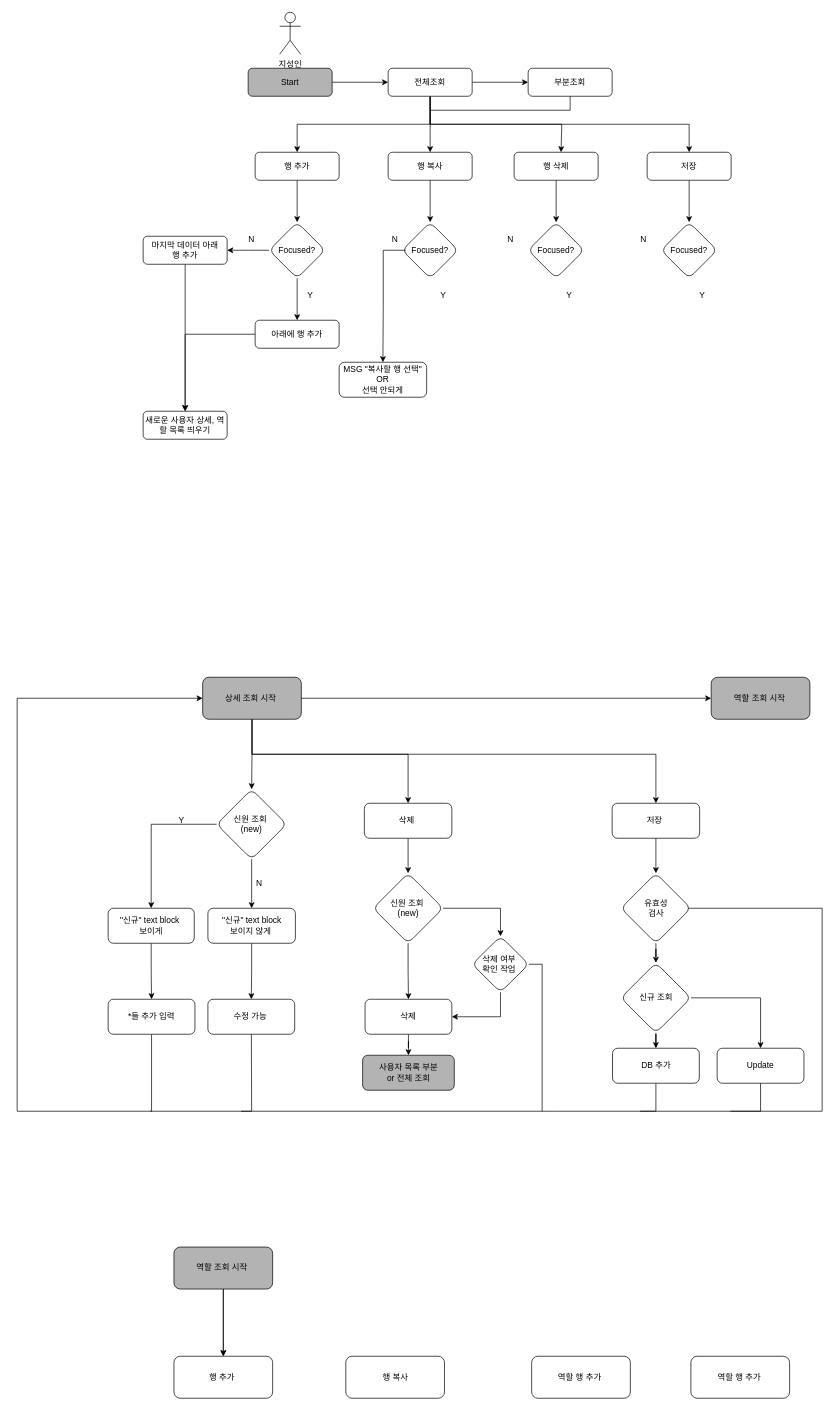
This is page "페이지-2" (2 of 2) of 제목 없는 다이어그램.drawio from Jjjjdh/CCP_mes, a draw.io file, before an edit. Source tidied: cells renumbered, new cells numbered last; positions are measured from the earlier drawing's top-left corner, leaving out a move shared by most shapes. Both pictures are drawn from the tidied source at 70%, with x=0, y=0 at pixel (17, 12).
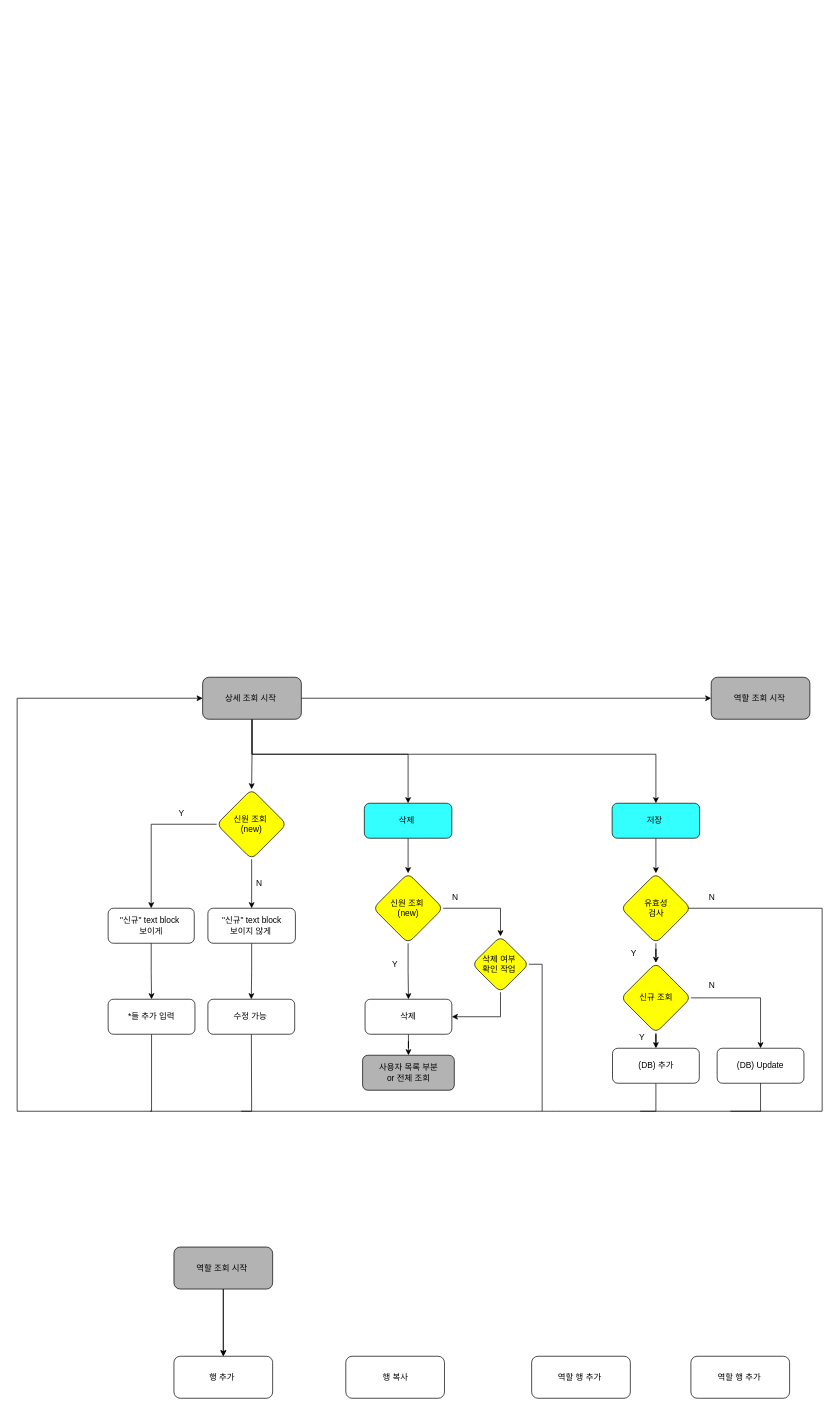
After the change.

What changed in the source:
```diff
@@
-    <mxCell id="2" style="edgeStyle=orthogonalEdgeStyle;rounded=0;jettySize=auto;html=1;" parent="1" edge="1" source="3" target="9">
-      <mxGeometry relative="1" as="geometry" />
-    </mxCell>
-    <mxCell id="3" value="Start" style="rounded=1;whiteSpace=wrap;html=1;fontSize=12;glass=0;strokeWidth=1;shadow=0;fillColor=#B3B3B3;" parent="1" vertex="1">
-      <mxGeometry x="330" y="80" width="120" height="40" as="geometry" />
-    </mxCell>
-    <mxCell id="4" style="edgeStyle=orthogonalEdgeStyle;rounded=0;jettySize=auto;html=1;" parent="1" edge="1" source="9" target="10">
-      <mxGeometry relative="1" as="geometry" />
-    </mxCell>
-    <mxCell id="5" style="edgeStyle=orthogonalEdgeStyle;rounded=0;jettySize=auto;html=1;" parent="1" edge="1" source="9" target="12">
-      <mxGeometry relative="1" as="geometry">
-        <Array as="points">
-          <mxPoint x="590" y="170" />
-          <mxPoint x="590" y="170" />
-        </Array>
-      </mxGeometry>
-    </mxCell>
-    <mxCell id="6" style="edgeStyle=orthogonalEdgeStyle;rounded=0;jettySize=auto;html=1;entryX=0.5;entryY=0;entryDx=0;entryDy=0;" parent="1" edge="1" source="9" target="14">
-      <mxGeometry relative="1" as="geometry">
-        <Array as="points">
-          <mxPoint x="590" y="160" />
-          <mxPoint x="400" y="160" />
-        </Array>
-      </mxGeometry>
-    </mxCell>
-    <mxCell id="7" style="edgeStyle=orthogonalEdgeStyle;rounded=0;jettySize=auto;html=1;exitX=0.5;exitY=1;exitDx=0;exitDy=0;" parent="1" edge="1" source="9">
-      <mxGeometry relative="1" as="geometry">
-        <mxPoint x="777" y="200" as="targetPoint" />
-        <Array as="points">
-          <mxPoint x="590" y="160" />
-          <mxPoint x="778" y="160" />
-        </Array>
-      </mxGeometry>
-    </mxCell>
-    <mxCell id="8" style="edgeStyle=orthogonalEdgeStyle;rounded=0;jettySize=auto;html=1;entryX=0.5;entryY=0;entryDx=0;entryDy=0;" parent="1" edge="1" source="9" target="18">
-      <mxGeometry relative="1" as="geometry">
-        <Array as="points">
-          <mxPoint x="590" y="160" />
-          <mxPoint x="960" y="160" />
-        </Array>
-      </mxGeometry>
-    </mxCell>
-    <mxCell id="9" value="전체조회" style="rounded=1;whiteSpace=wrap;html=1;fontSize=12;glass=0;strokeWidth=1;shadow=0;" parent="1" vertex="1">
-      <mxGeometry x="530" y="80" width="120" height="40" as="geometry" />
-    </mxCell>
-    <mxCell id="10" value="부분조회" style="rounded=1;whiteSpace=wrap;html=1;fontSize=12;glass=0;strokeWidth=1;shadow=0;" parent="1" vertex="1">
-      <mxGeometry x="730" y="80" width="120" height="40" as="geometry" />
-    </mxCell>
-    <mxCell id="11" style="edgeStyle=orthogonalEdgeStyle;rounded=0;jettySize=auto;html=1;" parent="1" edge="1" source="12" target="29">
-      <mxGeometry relative="1" as="geometry" />
-    </mxCell>
-    <mxCell id="12" value="행 복사" style="rounded=1;whiteSpace=wrap;html=1;fontSize=12;glass=0;strokeWidth=1;shadow=0;" parent="1" vertex="1">
-      <mxGeometry x="530" y="200" width="120" height="40" as="geometry" />
-    </mxCell>
-    <mxCell id="13" style="edgeStyle=orthogonalEdgeStyle;rounded=0;jettySize=auto;html=1;" parent="1" edge="1" source="14" target="21">
-      <mxGeometry relative="1" as="geometry" />
-    </mxCell>
-    <mxCell id="14" value="행 추가" style="rounded=1;whiteSpace=wrap;html=1;fontSize=12;glass=0;strokeWidth=1;shadow=0;" parent="1" vertex="1">
-      <mxGeometry x="340" y="200" width="120" height="40" as="geometry" />
-    </mxCell>
-    <mxCell id="15" style="edgeStyle=orthogonalEdgeStyle;rounded=0;jettySize=auto;html=1;entryX=0.5;entryY=0;entryDx=0;entryDy=0;" parent="1" edge="1" source="16" target="33">
-      <mxGeometry relative="1" as="geometry" />
-    </mxCell>
-    <mxCell id="16" value="행 삭제" style="rounded=1;whiteSpace=wrap;html=1;fontSize=12;glass=0;strokeWidth=1;shadow=0;" parent="1" vertex="1">
-      <mxGeometry x="710" y="200" width="120" height="40" as="geometry" />
-    </mxCell>
-    <mxCell id="17" style="edgeStyle=orthogonalEdgeStyle;rounded=0;jettySize=auto;html=1;entryX=0.5;entryY=0;entryDx=0;entryDy=0;" parent="1" edge="1" source="18" target="36">
-      <mxGeometry relative="1" as="geometry" />
-    </mxCell>
-    <mxCell id="18" value="저장" style="rounded=1;whiteSpace=wrap;html=1;fontSize=12;glass=0;strokeWidth=1;shadow=0;" parent="1" vertex="1">
-      <mxGeometry x="900" y="200" width="120" height="40" as="geometry" />
-    </mxCell>
-    <mxCell id="19" style="edgeStyle=orthogonalEdgeStyle;rounded=0;jettySize=auto;html=1;" parent="1" edge="1" source="21">
-      <mxGeometry relative="1" as="geometry">
-        <mxPoint x="300" y="340" as="targetPoint" />
-      </mxGeometry>
-    </mxCell>
-    <mxCell id="20" style="edgeStyle=orthogonalEdgeStyle;rounded=0;jettySize=auto;html=1;" parent="1" edge="1" source="21" target="26">
-      <mxGeometry relative="1" as="geometry" />
-    </mxCell>
-    <mxCell id="21" value="Focused?" style="rhombus;whiteSpace=wrap;html=1;rounded=1;glass=0;strokeWidth=1;shadow=0;" parent="1" vertex="1">
-      <mxGeometry x="360" y="300" width="80" height="80" as="geometry" />
-    </mxCell>
-    <mxCell id="22" style="edgeStyle=orthogonalEdgeStyle;rounded=0;jettySize=auto;html=1;entryX=0.5;entryY=0;entryDx=0;entryDy=0;" parent="1" edge="1" source="23" target="28">
-      <mxGeometry relative="1" as="geometry" />
-    </mxCell>
-    <mxCell id="23" value="마지막 데이터 아래&lt;br&gt;행 추가" style="rounded=1;whiteSpace=wrap;html=1;fontSize=12;glass=0;strokeWidth=1;shadow=0;" parent="1" vertex="1">
-      <mxGeometry x="180" y="320" width="120" height="40" as="geometry" />
-    </mxCell>
-    <mxCell id="24" value="N" style="text;html=1;strokeColor=none;fillColor=none;align=center;verticalAlign=middle;whiteSpace=wrap;rounded=0;" parent="1" vertex="1">
-      <mxGeometry x="305" y="310" width="60" height="30" as="geometry" />
-    </mxCell>
-    <mxCell id="25" style="edgeStyle=orthogonalEdgeStyle;rounded=0;jettySize=auto;html=1;entryX=0.5;entryY=0;entryDx=0;entryDy=0;" parent="1" edge="1" source="26" target="28">
-      <mxGeometry relative="1" as="geometry" />
-    </mxCell>
-    <mxCell id="26" value="아래에 행 추가" style="rounded=1;whiteSpace=wrap;html=1;fontSize=12;glass=0;strokeWidth=1;shadow=0;" parent="1" vertex="1">
-      <mxGeometry x="340" y="440" width="120" height="40" as="geometry" />
-    </mxCell>
-    <mxCell id="27" value="Y" style="text;html=1;strokeColor=none;fillColor=none;align=center;verticalAlign=middle;whiteSpace=wrap;rounded=0;" parent="1" vertex="1">
-      <mxGeometry x="389" y="390" width="60" height="30" as="geometry" />
-    </mxCell>
-    <mxCell id="28" value="새로운 사용자 상세, 역할 목록 띄우기" style="rounded=1;whiteSpace=wrap;html=1;fontSize=12;glass=0;strokeWidth=1;shadow=0;" parent="1" vertex="1">
-      <mxGeometry x="180" y="570" width="120" height="40" as="geometry" />
-    </mxCell>
-    <mxCell id="29" value="Focused?" style="rhombus;whiteSpace=wrap;html=1;rounded=1;glass=0;strokeWidth=1;shadow=0;" parent="1" vertex="1">
-      <mxGeometry x="550" y="300" width="80" height="80" as="geometry" />
-    </mxCell>
-    <mxCell id="30" style="edgeStyle=orthogonalEdgeStyle;rounded=0;jettySize=auto;html=1;exitX=0.75;exitY=1;exitDx=0;exitDy=0;entryX=0.5;entryY=0;entryDx=0;entryDy=0;" parent="1" edge="1" source="31" target="39">
-      <mxGeometry relative="1" as="geometry">
-        <Array as="points">
-          <mxPoint x="523" y="340" />
-          <mxPoint x="523" y="420" />
-        </Array>
-      </mxGeometry>
-    </mxCell>
-    <mxCell id="31" value="N" style="text;html=1;strokeColor=none;fillColor=none;align=center;verticalAlign=middle;whiteSpace=wrap;rounded=0;" parent="1" vertex="1">
-      <mxGeometry x="510" y="310" width="60" height="30" as="geometry" />
-    </mxCell>
-    <mxCell id="32" value="Y" style="text;html=1;strokeColor=none;fillColor=none;align=center;verticalAlign=middle;whiteSpace=wrap;rounded=0;" parent="1" vertex="1">
-      <mxGeometry x="579" y="390" width="60" height="30" as="geometry" />
-    </mxCell>
-    <mxCell id="33" value="Focused?" style="rhombus;whiteSpace=wrap;html=1;rounded=1;glass=0;strokeWidth=1;shadow=0;" parent="1" vertex="1">
-      <mxGeometry x="730" y="300" width="80" height="80" as="geometry" />
-    </mxCell>
-    <mxCell id="34" value="N" style="text;html=1;strokeColor=none;fillColor=none;align=center;verticalAlign=middle;whiteSpace=wrap;rounded=0;" parent="1" vertex="1">
-      <mxGeometry x="675" y="310" width="60" height="30" as="geometry" />
-    </mxCell>
-    <mxCell id="35" value="Y" style="text;html=1;strokeColor=none;fillColor=none;align=center;verticalAlign=middle;whiteSpace=wrap;rounded=0;" parent="1" vertex="1">
-      <mxGeometry x="759" y="390" width="60" height="30" as="geometry" />
-    </mxCell>
-    <mxCell id="36" value="Focused?" style="rhombus;whiteSpace=wrap;html=1;rounded=1;glass=0;strokeWidth=1;shadow=0;" parent="1" vertex="1">
-      <mxGeometry x="920" y="300" width="80" height="80" as="geometry" />
-    </mxCell>
-    <mxCell id="37" value="N" style="text;html=1;strokeColor=none;fillColor=none;align=center;verticalAlign=middle;whiteSpace=wrap;rounded=0;" parent="1" vertex="1">
-      <mxGeometry x="865" y="310" width="60" height="30" as="geometry" />
-    </mxCell>
-    <mxCell id="38" value="Y" style="text;html=1;strokeColor=none;fillColor=none;align=center;verticalAlign=middle;whiteSpace=wrap;rounded=0;" parent="1" vertex="1">
-      <mxGeometry x="949" y="390" width="60" height="30" as="geometry" />
-    </mxCell>
-    <mxCell id="39" value="MSG &quot;복사할 행 선택&quot;&lt;br&gt;OR&lt;br&gt;선택 안되게" style="rounded=1;whiteSpace=wrap;html=1;fontSize=12;glass=0;strokeWidth=1;shadow=0;" parent="1" vertex="1">
-      <mxGeometry x="460" y="500" width="125" height="50" as="geometry" />
-    </mxCell>
-    <mxCell id="40" style="endArrow=none;html=1;rounded=0;entryX=0.5;entryY=1;entryDx=0;entryDy=0;" parent="1" edge="1" target="10">
-      <mxGeometry relative="1" as="geometry">
-        <mxPoint x="790" y="140" as="sourcePoint" />
-      </mxGeometry>
-    </mxCell>
-    <mxCell id="41" style="endArrow=none;html=1;rounded=0;" parent="1" edge="1">
-      <mxGeometry relative="1" as="geometry">
-        <mxPoint x="590" y="140" as="sourcePoint" />
-        <mxPoint x="790" y="140" as="targetPoint" />
-      </mxGeometry>
-    </mxCell>
@@
-    <mxCell id="43" value="지성인" style="shape=umlActor;verticalLabelPosition=bottom;verticalAlign=top;html=1;" parent="1" vertex="1">
-      <mxGeometry x="375" width="30" height="60" as="geometry" />
-    </mxCell>
@@
-    <mxCell id="49" value="저장&amp;nbsp;" style="rounded=1;whiteSpace=wrap;html=1;fontSize=12;glass=0;strokeWidth=1;shadow=0;" parent="1" vertex="1">
+    <mxCell id="49" value="저장&amp;nbsp;" style="rounded=1;whiteSpace=wrap;html=1;fontSize=12;glass=0;strokeWidth=1;shadow=0;fillColor=#33FFFF;" parent="1" vertex="1">
       <mxGeometry x="850" y="1130" width="125" height="50" as="geometry" />
     </mxCell>
@@
-    <mxCell id="51" value="삭제&amp;nbsp;" style="rounded=1;whiteSpace=wrap;html=1;fontSize=12;glass=0;strokeWidth=1;shadow=0;" parent="1" vertex="1">
+    <mxCell id="51" value="삭제&amp;nbsp;" style="rounded=1;whiteSpace=wrap;html=1;fontSize=12;glass=0;strokeWidth=1;shadow=0;fillColor=#33FFFF;" parent="1" vertex="1">
       <mxGeometry x="496" y="1130" width="125" height="50" as="geometry" />
     </mxCell>
@@
-    <mxCell id="56" value="신원 조회&amp;nbsp;&lt;br&gt;(new)" style="rhombus;whiteSpace=wrap;html=1;rounded=1;glass=0;strokeWidth=1;shadow=0;" parent="1" vertex="1">
+    <mxCell id="56" value="신원 조회&amp;nbsp;&lt;br&gt;(new)" style="rhombus;whiteSpace=wrap;html=1;rounded=1;glass=0;strokeWidth=1;shadow=0;fillColor=#FFFF00;" parent="1" vertex="1">
       <mxGeometry x="285" y="1110" width="100" height="100" as="geometry" />
     </mxCell>
     <mxCell id="57" value="Y" style="text;html=1;strokeColor=none;fillColor=none;align=center;verticalAlign=middle;whiteSpace=wrap;rounded=0;" parent="1" vertex="1">
-      <mxGeometry x="205" y="1140" width="60" height="30" as="geometry" />
+      <mxGeometry x="205" y="1130" width="60" height="30" as="geometry" />
     </mxCell>
@@
-    <mxCell id="67" value="신원 조회&amp;nbsp;&lt;br&gt;(new)" style="rhombus;whiteSpace=wrap;html=1;rounded=1;glass=0;strokeWidth=1;shadow=0;" parent="1" vertex="1">
+    <mxCell id="67" value="신원 조회&amp;nbsp;&lt;br&gt;(new)" style="rhombus;whiteSpace=wrap;html=1;rounded=1;glass=0;strokeWidth=1;shadow=0;fillColor=#FFFF00;" parent="1" vertex="1">
       <mxGeometry x="508.5" y="1230" width="100" height="100" as="geometry" />
     </mxCell>
@@
-    <mxCell id="72" value="삭제 여부&amp;nbsp;&lt;br&gt;확인 작업&amp;nbsp;" style="rhombus;whiteSpace=wrap;html=1;rounded=1;glass=0;strokeWidth=1;shadow=0;" parent="1" vertex="1">
+    <mxCell id="72" value="삭제 여부&amp;nbsp;&lt;br&gt;확인 작업&amp;nbsp;" style="rhombus;whiteSpace=wrap;html=1;rounded=1;glass=0;strokeWidth=1;shadow=0;fillColor=#FFFF00;" parent="1" vertex="1">
       <mxGeometry x="650" y="1320" width="81" height="80" as="geometry" />
     </mxCell>
@@
-    <mxCell id="76" value="유효성 &lt;br&gt;검사" style="rhombus;whiteSpace=wrap;html=1;rounded=1;glass=0;strokeWidth=1;shadow=0;" parent="1" vertex="1">
+    <mxCell id="76" value="유효성 &lt;br&gt;검사" style="rhombus;whiteSpace=wrap;html=1;rounded=1;glass=0;strokeWidth=1;shadow=0;fillColor=#FFFF00;" parent="1" vertex="1">
       <mxGeometry x="862.5" y="1230" width="100" height="100" as="geometry" />
     </mxCell>
@@
-    <mxCell id="78" value="DB 추가" style="rounded=1;whiteSpace=wrap;html=1;fontSize=12;glass=0;strokeWidth=1;shadow=0;" parent="1" vertex="1">
+    <mxCell id="78" value="(DB) 추가" style="rounded=1;whiteSpace=wrap;html=1;fontSize=12;glass=0;strokeWidth=1;shadow=0;" parent="1" vertex="1">
       <mxGeometry x="850.5" y="1480" width="124" height="50" as="geometry" />
     </mxCell>
@@
-    <mxCell id="81" value="신규 조회" style="rhombus;whiteSpace=wrap;html=1;rounded=1;glass=0;strokeWidth=1;shadow=0;" parent="1" vertex="1">
+    <mxCell id="81" value="신규 조회" style="rhombus;whiteSpace=wrap;html=1;rounded=1;glass=0;strokeWidth=1;shadow=0;fillColor=#FFFF00;" parent="1" vertex="1">
       <mxGeometry x="862.5" y="1358" width="100" height="100" as="geometry" />
     </mxCell>
@@
-    <mxCell id="83" value="Update" style="rounded=1;whiteSpace=wrap;html=1;fontSize=12;glass=0;strokeWidth=1;shadow=0;" parent="1" vertex="1">
+    <mxCell id="83" value="(DB) Update" style="rounded=1;whiteSpace=wrap;html=1;fontSize=12;glass=0;strokeWidth=1;shadow=0;" parent="1" vertex="1">
       <mxGeometry x="1000" y="1480" width="124" height="50" as="geometry" />
     </mxCell>
@@
+    <mxCell id="92" value="Y" style="text;html=1;strokeColor=none;fillColor=none;align=center;verticalAlign=middle;whiteSpace=wrap;rounded=0;" parent="1" vertex="1">
+      <mxGeometry x="510" y="1345" width="60" height="30" as="geometry" />
+    </mxCell>
+    <mxCell id="93" value="Y" style="text;html=1;strokeColor=none;fillColor=none;align=center;verticalAlign=middle;whiteSpace=wrap;rounded=0;" parent="1" vertex="1">
+      <mxGeometry x="862.5" y="1450" width="60" height="30" as="geometry" />
+    </mxCell>
+    <mxCell id="94" value="N" style="text;html=1;strokeColor=none;fillColor=none;align=center;verticalAlign=middle;whiteSpace=wrap;rounded=0;" parent="1" vertex="1">
+      <mxGeometry x="596" y="1250" width="60" height="30" as="geometry" />
+    </mxCell>
+    <mxCell id="95" value="N" style="text;html=1;strokeColor=none;fillColor=none;align=center;verticalAlign=middle;whiteSpace=wrap;rounded=0;" parent="1" vertex="1">
+      <mxGeometry x="962.5" y="1375" width="60" height="30" as="geometry" />
+    </mxCell>
+    <mxCell id="96" value="N" style="text;html=1;strokeColor=none;fillColor=none;align=center;verticalAlign=middle;whiteSpace=wrap;rounded=0;" parent="1" vertex="1">
+      <mxGeometry x="962.5" y="1250" width="60" height="30" as="geometry" />
+    </mxCell>
+    <mxCell id="97" value="Y" style="text;html=1;strokeColor=none;fillColor=none;align=center;verticalAlign=middle;whiteSpace=wrap;rounded=0;" parent="1" vertex="1">
+      <mxGeometry x="850.5" y="1330" width="60" height="30" as="geometry" />
+    </mxCell>
```
